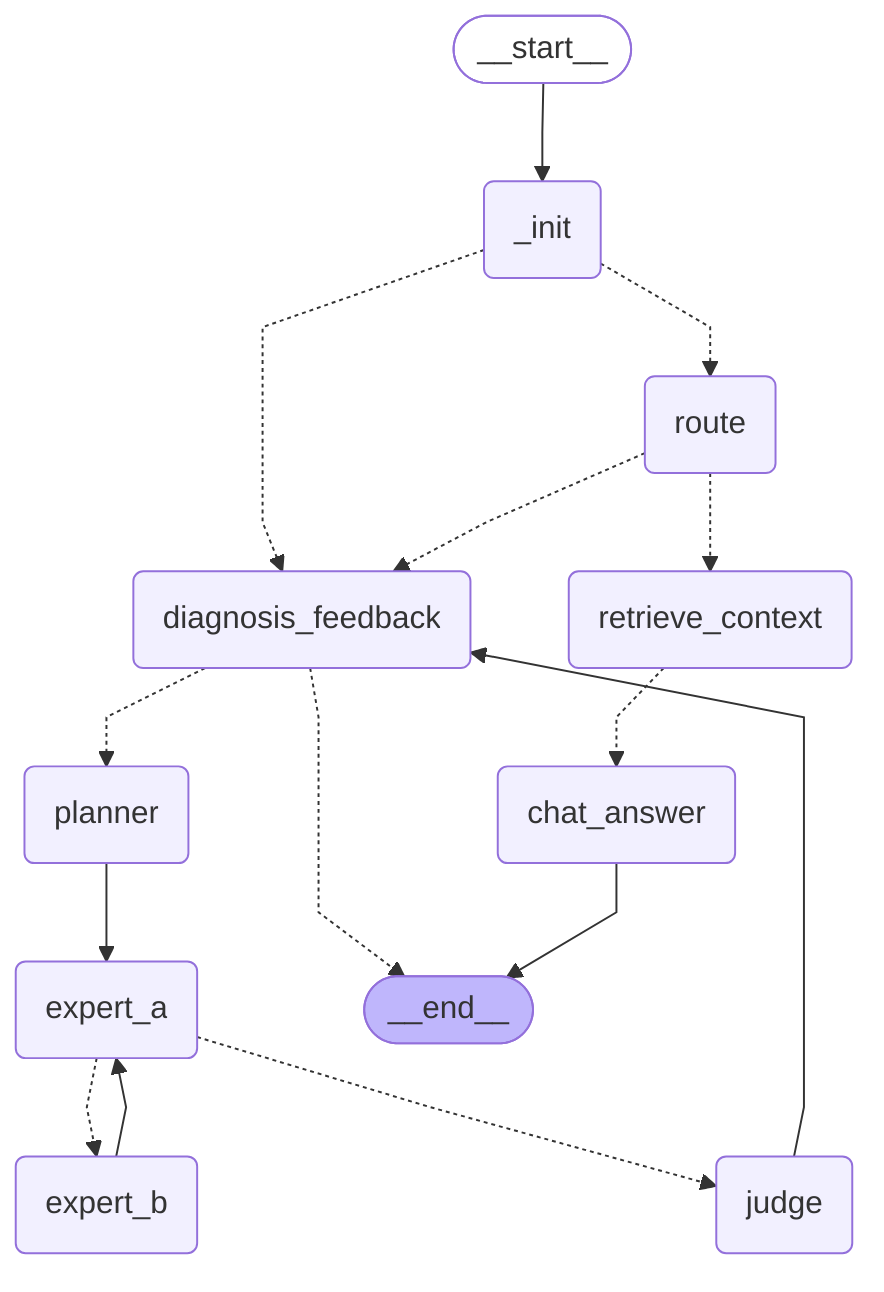
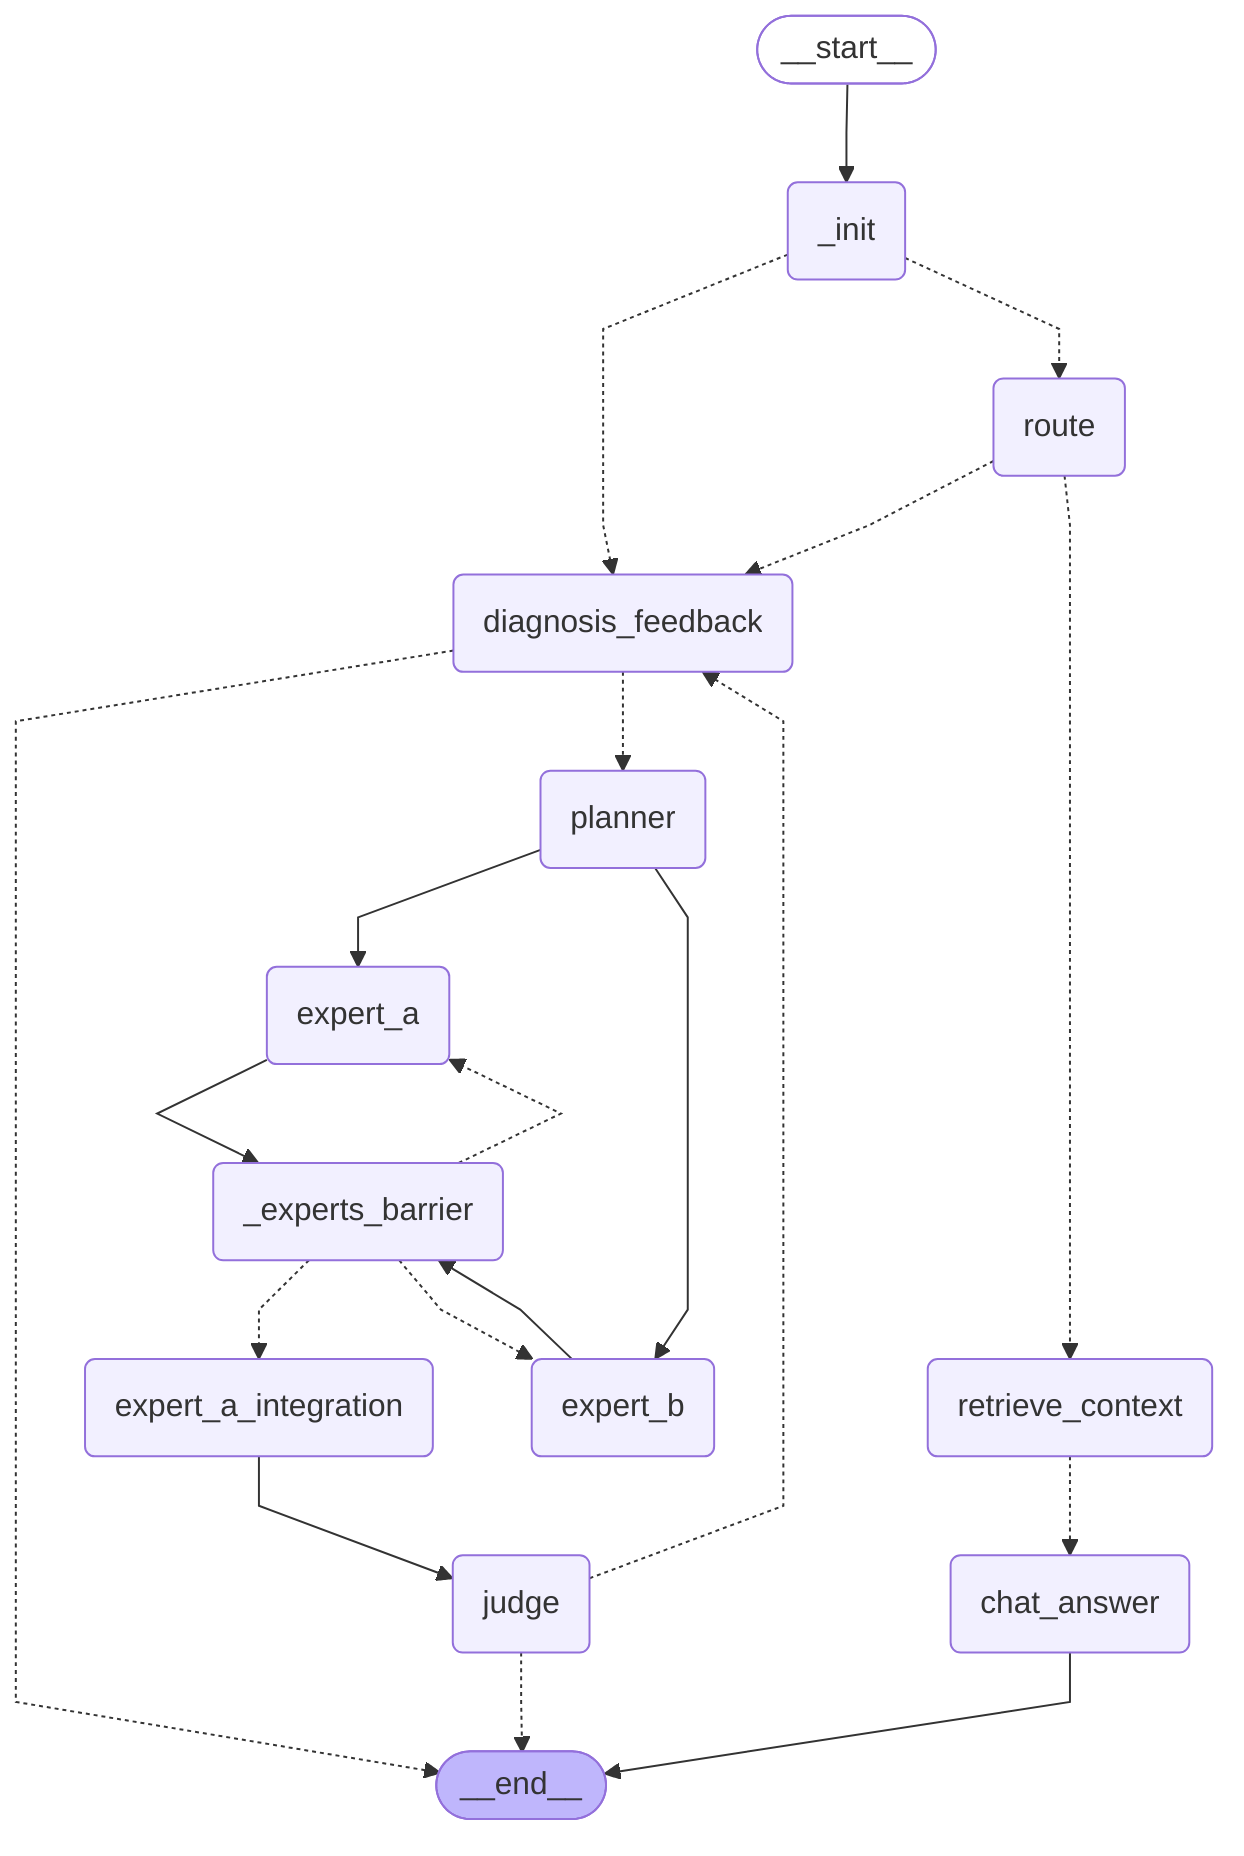
---
config:
  flowchart:
    curve: linear
---
graph TD;
	__start__([<p>__start__</p>]):::first
	_init(_init)
	route(route)
	diagnosis_feedback(diagnosis_feedback)
	planner(planner)
	retrieve_context(retrieve_context)
	chat_answer(chat_answer)
	expert_a(expert_a)
	expert_b(expert_b)
+ 	_experts_barrier(_experts_barrier)
+ 	expert_a_integration(expert_a_integration)
	judge(judge)
	__end__([<p>__end__</p>]):::last
	__start__ --> _init;
+ 	_experts_barrier -.-> expert_a;
+ 	_experts_barrier -.-> expert_a_integration;
+ 	_experts_barrier -.-> expert_b;
	_init -.-> diagnosis_feedback;
	_init -.-> route;
	diagnosis_feedback -.-> __end__;
	diagnosis_feedback -.-> planner;
- 	expert_a -.-> expert_b;
- 	expert_a -.-> judge;
- 	expert_b --> expert_a;
- 	judge --> diagnosis_feedback;
+ 	expert_a --> _experts_barrier;
+ 	expert_a_integration --> judge;
+ 	expert_b --> _experts_barrier;
+ 	judge -.-> __end__;
+ 	judge -.-> diagnosis_feedback;
	planner --> expert_a;
+ 	planner --> expert_b;
	retrieve_context -.-> chat_answer;
	route -.-> diagnosis_feedback;
	route -.-> retrieve_context;
	chat_answer --> __end__;
	classDef default fill:#f2f0ff,line-height:1.2
	classDef first fill-opacity:0
	classDef last fill:#bfb6fc
